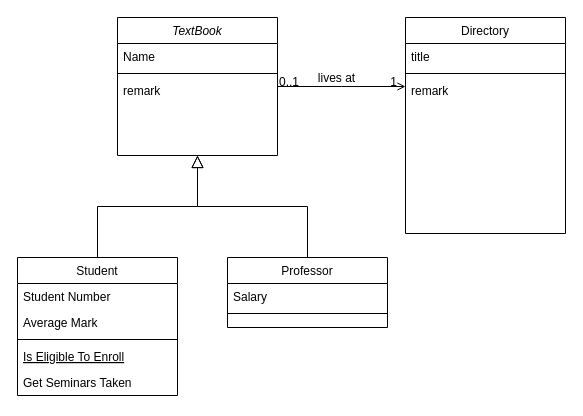
belizer/whole-diagrams keeps this draw.io diagram as 未命名绘图.drawio. Above is the earlier version. Source tidied: cells renumbered, new cells numbered last; positions are measured from the earlier drawing's top-left corner, leaving out a move shared by most shapes. Both pictures are drawn from the tidied source at 100%, with x=0, y=0 at pixel (17, 17).
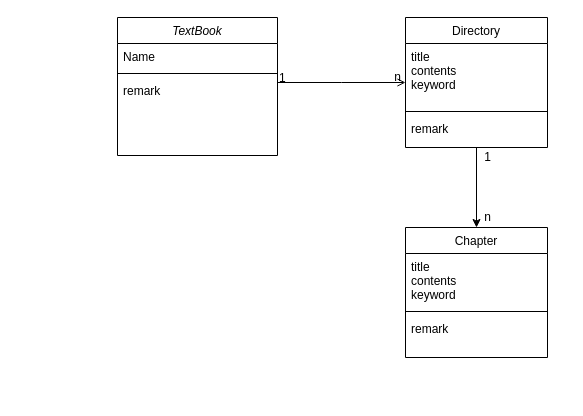
The same diagram, later.

Commit message (it also covers changes not shown here):
更新互动电子教材.drawio

The change refers to these unchanged cells:
```xml
<mxCell id="2" value="TextBook" style="swimlane;fontStyle=2;align=center;verticalAlign=top;horizontal=1;startSize=26;rounded=0;shadow=0;strokeWidth=1;" parent="1" vertex="1">
  <mxGeometry x="100" width="160" height="138" as="geometry" />
</mxCell>
<mxCell id="21" style="endArrow=open;shadow=0;strokeWidth=1;rounded=0;endFill=1;edgeStyle=elbowEdgeStyle;elbow=vertical;" parent="1" edge="1" source="2" target="17">
  <mxGeometry x="0.5" y="41" relative="1" as="geometry">
    <mxPoint x="-40" y="32" as="offset" />
  </mxGeometry>
</mxCell>
```

What changed in the source:
```diff
@@
-    <mxCell id="6" value="Student" style="swimlane;fontStyle=0;align=center;verticalAlign=top;horizontal=1;startSize=26;rounded=0;shadow=0;strokeWidth=1;" parent="1" vertex="1">
-      <mxGeometry y="240" width="160" height="138" as="geometry" />
-    </mxCell>
-    <mxCell id="7" value="Student Number" style="text;align=left;verticalAlign=top;spacingLeft=4;spacingRight=4;overflow=hidden;" parent="6" vertex="1">
-      <mxGeometry y="26" width="160" height="26" as="geometry" />
-    </mxCell>
-    <mxCell id="8" value="Average Mark" style="text;align=left;verticalAlign=top;spacingLeft=4;spacingRight=4;overflow=hidden;rounded=0;shadow=0;html=0;" parent="6" vertex="1">
-      <mxGeometry y="52" width="160" height="26" as="geometry" />
-    </mxCell>
-    <mxCell id="9" style="line;html=1;strokeWidth=1;align=left;verticalAlign=middle;spacingTop=-1;spacingLeft=3;spacingRight=3;labelPosition=right;" parent="6" vertex="1">
-      <mxGeometry y="78" width="160" height="8" as="geometry" />
-    </mxCell>
-    <mxCell id="10" value="Is Eligible To Enroll" style="text;align=left;verticalAlign=top;spacingLeft=4;spacingRight=4;overflow=hidden;fontStyle=4;" parent="6" vertex="1">
-      <mxGeometry y="86" width="160" height="26" as="geometry" />
-    </mxCell>
-    <mxCell id="11" value="Get Seminars Taken" style="text;align=left;verticalAlign=top;spacingLeft=4;spacingRight=4;overflow=hidden;" parent="6" vertex="1">
-      <mxGeometry y="112" width="160" height="26" as="geometry" />
-    </mxCell>
-    <mxCell id="12" style="endArrow=block;endSize=10;endFill=0;shadow=0;strokeWidth=1;rounded=0;edgeStyle=elbowEdgeStyle;elbow=vertical;" parent="1" edge="1" source="6" target="2">
-      <mxGeometry relative="1" as="geometry" />
-    </mxCell>
-    <mxCell id="13" value="Professor" style="swimlane;fontStyle=0;align=center;verticalAlign=top;horizontal=1;startSize=26;rounded=0;shadow=0;strokeWidth=1;" parent="1" vertex="1">
-      <mxGeometry x="210" y="240" width="160" height="70" as="geometry" />
-    </mxCell>
-    <mxCell id="14" value="Salary" style="text;align=left;verticalAlign=top;spacingLeft=4;spacingRight=4;overflow=hidden;" parent="13" vertex="1">
-      <mxGeometry y="26" width="160" height="26" as="geometry" />
-    </mxCell>
-    <mxCell id="15" style="line;html=1;strokeWidth=1;align=left;verticalAlign=middle;spacingTop=-1;spacingLeft=3;spacingRight=3;labelPosition=right;" parent="13" vertex="1">
-      <mxGeometry y="52" width="160" height="8" as="geometry" />
-    </mxCell>
-    <mxCell id="16" style="endArrow=block;endSize=10;endFill=0;shadow=0;strokeWidth=1;rounded=0;edgeStyle=elbowEdgeStyle;elbow=vertical;" parent="1" edge="1" source="13" target="2">
-      <mxGeometry relative="1" as="geometry" />
-    </mxCell>
+    <mxCell id="25" style="edgeStyle=orthogonalEdgeStyle;rounded=0;jettySize=auto;html=1;" parent="1" edge="1" source="17" target="26">
+      <mxGeometry relative="1" as="geometry" />
+    </mxCell>
     <mxCell id="17" value="Directory" style="swimlane;fontStyle=0;align=center;verticalAlign=top;horizontal=1;startSize=26;rounded=0;shadow=0;strokeWidth=1;" parent="1" vertex="1">
-      <mxGeometry x="388" width="160" height="216" as="geometry" />
+      <mxGeometry x="388" width="142" height="130" as="geometry" />
     </mxCell>
-    <mxCell id="18" value="title" style="text;align=left;verticalAlign=top;spacingLeft=4;spacingRight=4;overflow=hidden;" parent="17" vertex="1">
-      <mxGeometry y="26" width="160" height="26" as="geometry" />
+    <mxCell id="18" value="title&#10;contents&#10;keyword&#10;" style="text;align=left;verticalAlign=top;spacingLeft=4;spacingRight=4;overflow=hidden;" parent="17" vertex="1">
+      <mxGeometry y="26" width="142" height="64" as="geometry" />
     </mxCell>
     <mxCell id="19" style="line;html=1;strokeWidth=1;align=left;verticalAlign=middle;spacingTop=-1;spacingLeft=3;spacingRight=3;labelPosition=right;" parent="17" vertex="1">
-      <mxGeometry y="52" width="160" height="8" as="geometry" />
+      <mxGeometry y="90" width="142" height="8" as="geometry" />
     </mxCell>
     <mxCell id="20" value="remark" style="text;align=left;verticalAlign=top;spacingLeft=4;spacingRight=4;overflow=hidden;" parent="17" vertex="1">
-      <mxGeometry y="60" width="160" height="26" as="geometry" />
+      <mxGeometry y="98" width="142" height="26" as="geometry" />
     </mxCell>
@@
-    <mxCell id="22" value="0..1" style="align=left;verticalAlign=bottom;labelBackgroundColor=none;fontSize=12;" parent="21" vertex="1">
+    <mxCell id="22" value="1" style="align=left;verticalAlign=bottom;labelBackgroundColor=none;fontSize=12;" parent="21" vertex="1">
       <mxGeometry x="-1" relative="1" as="geometry">
         <mxPoint y="4" as="offset" />
       </mxGeometry>
     </mxCell>
+    <mxCell id="26" value="Chapter" style="swimlane;fontStyle=0;align=center;verticalAlign=top;horizontal=1;startSize=26;rounded=0;shadow=0;strokeWidth=1;" parent="1" vertex="1">
+      <mxGeometry x="388" y="210" width="142" height="130" as="geometry" />
+    </mxCell>
+    <mxCell id="27" value="title&#10;contents&#10;keyword&#10;" style="text;align=left;verticalAlign=top;spacingLeft=4;spacingRight=4;overflow=hidden;" parent="26" vertex="1">
+      <mxGeometry y="26" width="142" height="54" as="geometry" />
+    </mxCell>
+    <mxCell id="28" style="line;html=1;strokeWidth=1;align=left;verticalAlign=middle;spacingTop=-1;spacingLeft=3;spacingRight=3;labelPosition=right;" parent="26" vertex="1">
+      <mxGeometry y="80" width="142" height="8" as="geometry" />
+    </mxCell>
+    <mxCell id="29" value="remark" style="text;align=left;verticalAlign=top;spacingLeft=4;spacingRight=4;overflow=hidden;" parent="26" vertex="1">
+      <mxGeometry y="88" width="142" height="26" as="geometry" />
+    </mxCell>
+    <mxCell id="30" value="n" style="text;html=1;align=center;verticalAlign=middle;strokeColor=none;fillColor=none;" parent="1" vertex="1">
+      <mxGeometry x="365" y="45" width="30" height="30" as="geometry" />
+    </mxCell>
-    <mxCell id="23" value="1" style="align=right;verticalAlign=bottom;labelBackgroundColor=none;fontSize=12;" parent="21" vertex="1">
-      <mxGeometry x="1" relative="1" as="geometry">
-        <mxPoint x="-7" y="4" as="offset" />
-      </mxGeometry>
+    <mxCell id="23" value="1" style="text;html=1;align=center;verticalAlign=middle;strokeColor=none;fillColor=none;" parent="1" vertex="1">
+      <mxGeometry x="455" y="125" width="30" height="30" as="geometry" />
     </mxCell>
-    <mxCell id="24" value="lives at" style="text;html=1;align=center;verticalAlign=middle;labelBackgroundColor=none;rounded=0;shadow=0;strokeWidth=1;fontSize=12;" parent="21" vertex="1">
-      <mxGeometry x="0.5" y="49" relative="1" as="geometry">
-        <mxPoint x="-38" y="40" as="offset" />
-      </mxGeometry>
-    </mxCell>
+    <mxCell id="31" value="n" style="text;html=1;align=center;verticalAlign=middle;strokeColor=none;fillColor=none;" parent="1" vertex="1">
+      <mxGeometry x="455" y="185" width="30" height="30" as="geometry" />
+    </mxCell>
```
